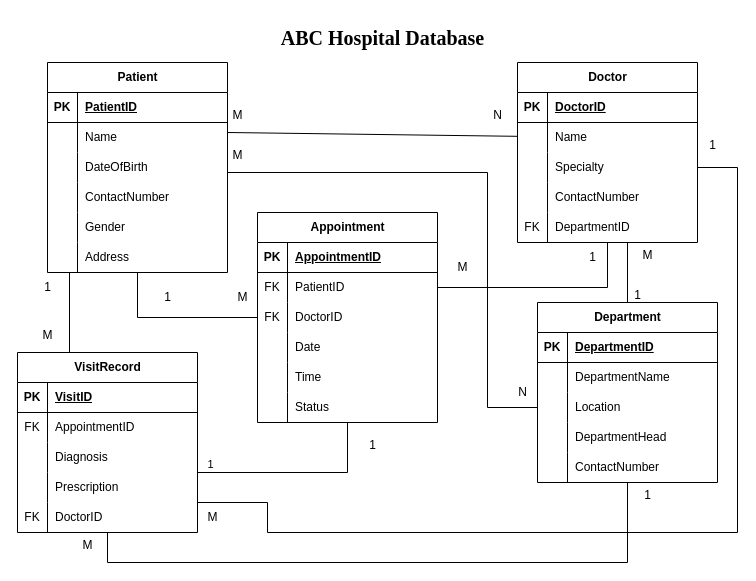
Above: Untitled Diagram.drawio in mbilinyijustin/ris (draw.io), before the change. Source tidied: cells renumbered, new cells numbered last; positions are measured from the earlier drawing's top-left corner, leaving out a move shared by most shapes. Both pictures are drawn from the tidied source at 100%, with x=0, y=0 at pixel (17, 17).
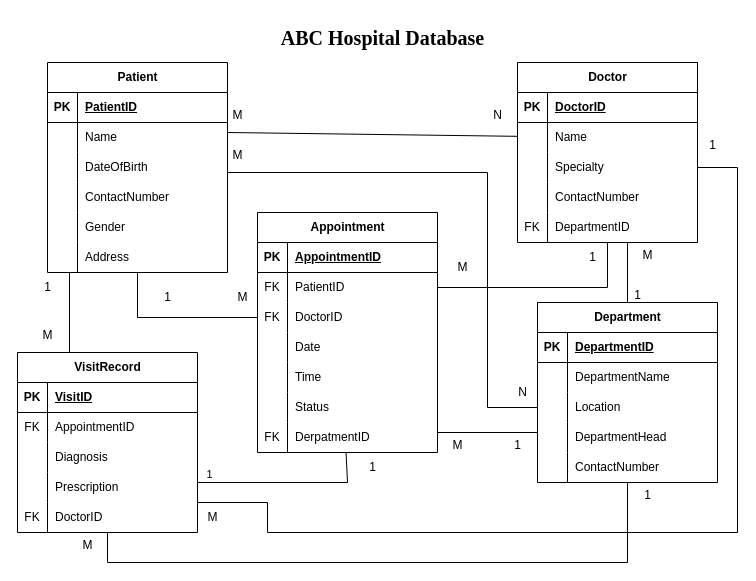
The same page after the edit.

Commit message:
Group No.3 Database Assignment

The edit, as a diff of the source:
```diff
@@
     <mxCell id="39" value="Appointment" style="shape=table;startSize=30;childLayout=tableLayout;rowLines=0;fontStyle=1;align=center;html=1;" parent="1" vertex="1">
-      <mxGeometry x="240" y="195" width="180" height="210" as="geometry" />
+      <mxGeometry x="240" y="195" width="180" height="240" as="geometry" />
     </mxCell>
@@
+    <mxCell id="118" style="shape=tableRow;horizontal=0;startSize=0;swimlaneHead=0;swimlaneBody=0;fillColor=none;points=[[0,0.5],[1,0.5]];portConstraint=eastwest;top=0;left=0;right=0;bottom=0;" parent="39" vertex="1">
+      <mxGeometry y="210" width="180" height="30" as="geometry" />
+    </mxCell>
+    <mxCell id="119" value="FK" style="shape=partialRectangle;fillColor=none;top=0;left=0;bottom=0;right=0;overflow=hidden;whiteSpace=wrap;html=1;" parent="118" vertex="1">
+      <mxGeometry width="30" height="30" as="geometry" />
+    </mxCell>
+    <mxCell id="120" value="DerpatmentID" style="shape=partialRectangle;fillColor=none;top=0;left=0;bottom=0;right=0;align=left;spacingLeft=6;overflow=hidden;whiteSpace=wrap;html=1;" parent="118" vertex="1">
+      <mxGeometry x="30" width="150" height="30" as="geometry" />
+    </mxCell>
@@
-    <mxCell id="105" style="endArrow=none;html=1;rounded=0;" parent="1" edge="1">
+    <mxCell id="105" style="endArrow=none;html=1;rounded=0;entryX=0.492;entryY=1;entryDx=0;entryDy=0;entryPerimeter=0;" parent="1" edge="1" target="118">
       <mxGeometry relative="1" as="geometry">
-        <mxPoint x="180" y="455" as="sourcePoint" />
-        <mxPoint x="330" y="405" as="targetPoint" />
+        <mxPoint x="180" y="465" as="sourcePoint" />
         <Array as="points">
-          <mxPoint x="330" y="455" />
+          <mxPoint x="330" y="465" />
         </Array>
       </mxGeometry>
     </mxCell>
@@
     <mxCell id="107" value="1" style="text;html=1;align=center;verticalAlign=middle;strokeColor=none;fillColor=none;" parent="1" vertex="1">
-      <mxGeometry x="340" y="413" width="30" height="30" as="geometry" />
+      <mxGeometry x="340" y="435" width="30" height="30" as="geometry" />
     </mxCell>
@@
+    <mxCell id="121" style="endArrow=none;html=1;rounded=0;" parent="1" edge="1">
+      <mxGeometry relative="1" as="geometry">
+        <mxPoint x="420" y="415" as="sourcePoint" />
+        <mxPoint x="520" y="415" as="targetPoint" />
+      </mxGeometry>
+    </mxCell>
+    <mxCell id="122" value="M" style="text;html=1;align=center;verticalAlign=middle;strokeColor=none;fillColor=none;" parent="1" vertex="1">
+      <mxGeometry x="425" y="413" width="30" height="30" as="geometry" />
+    </mxCell>
+    <mxCell id="123" value="1" style="text;html=1;align=center;verticalAlign=middle;strokeColor=none;fillColor=none;" parent="1" vertex="1">
+      <mxGeometry x="485" y="413" width="30" height="30" as="geometry" />
+    </mxCell>
```
